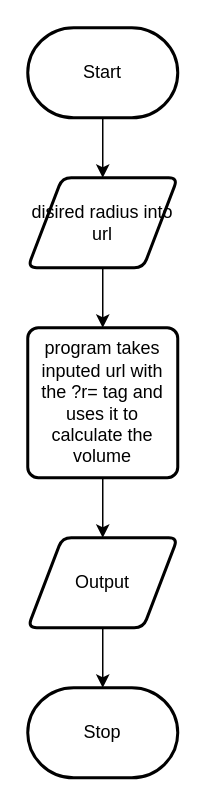
Earlier version of the draw.io diagram design/flow-chart.drawio (ashley-monaghan/ICS2OR-Unit-6-04). Source tidied: cells renumbered, new cells numbered last; positions are measured from the earlier drawing's top-left corner, leaving out a move shared by most shapes. Both pictures are drawn from the tidied source at 150%, with x=0, y=0 at pixel (27, 27).
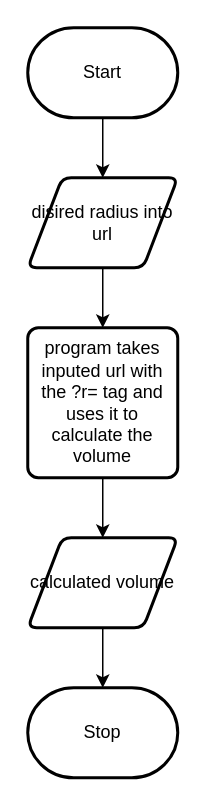
After the change.

What changed in the source:
```diff
@@
 <mxGraphModel>
   <root>
     <mxCell id="0" />
     <mxCell id="1" parent="0" />
     <mxCell id="2" style="edgeStyle=none;html=1;" parent="1" edge="1" source="3" target="5">
       <mxGeometry relative="1" as="geometry" />
     </mxCell>
     <mxCell id="3" value="Start" style="strokeWidth=2;html=1;shape=mxgraph.flowchart.terminator;whiteSpace=wrap;" parent="1" vertex="1">
       <mxGeometry width="100" height="60" as="geometry" />
     </mxCell>
     <mxCell id="4" style="edgeStyle=none;html=1;" parent="1" edge="1" source="5" target="7">
       <mxGeometry relative="1" as="geometry" />
     </mxCell>
     <mxCell id="5" value="disired radius into url" style="shape=parallelogram;html=1;strokeWidth=2;perimeter=parallelogramPerimeter;whiteSpace=wrap;rounded=1;arcSize=12;size=0.23;" parent="1" vertex="1">
       <mxGeometry y="100" width="100" height="60" as="geometry" />
     </mxCell>
     <mxCell id="6" style="edgeStyle=none;html=1;" parent="1" edge="1" source="7" target="9">
       <mxGeometry relative="1" as="geometry" />
     </mxCell>
     <mxCell id="7" value="program takes inputed url with the ?r= tag and uses it to calculate the volume" style="rounded=1;whiteSpace=wrap;html=1;absoluteArcSize=1;arcSize=14;strokeWidth=2;" parent="1" vertex="1">
       <mxGeometry y="200" width="100" height="100" as="geometry" />
     </mxCell>
     <mxCell id="8" style="edgeStyle=none;html=1;" parent="1" edge="1" source="9" target="10">
       <mxGeometry relative="1" as="geometry" />
     </mxCell>
-    <mxCell id="9" value="Output" style="shape=parallelogram;html=1;strokeWidth=2;perimeter=parallelogramPerimeter;whiteSpace=wrap;rounded=1;arcSize=12;size=0.23;" parent="1" vertex="1">
+    <mxCell id="9" value="calculated volume" style="shape=parallelogram;html=1;strokeWidth=2;perimeter=parallelogramPerimeter;whiteSpace=wrap;rounded=1;arcSize=12;size=0.23;" parent="1" vertex="1">
       <mxGeometry y="340" width="100" height="60" as="geometry" />
     </mxCell>
     <mxCell id="10" value="Stop" style="strokeWidth=2;html=1;shape=mxgraph.flowchart.terminator;whiteSpace=wrap;" parent="1" vertex="1">
       <mxGeometry y="440" width="100" height="60" as="geometry" />
     </mxCell>
   </root>
 </mxGraphModel>
```
